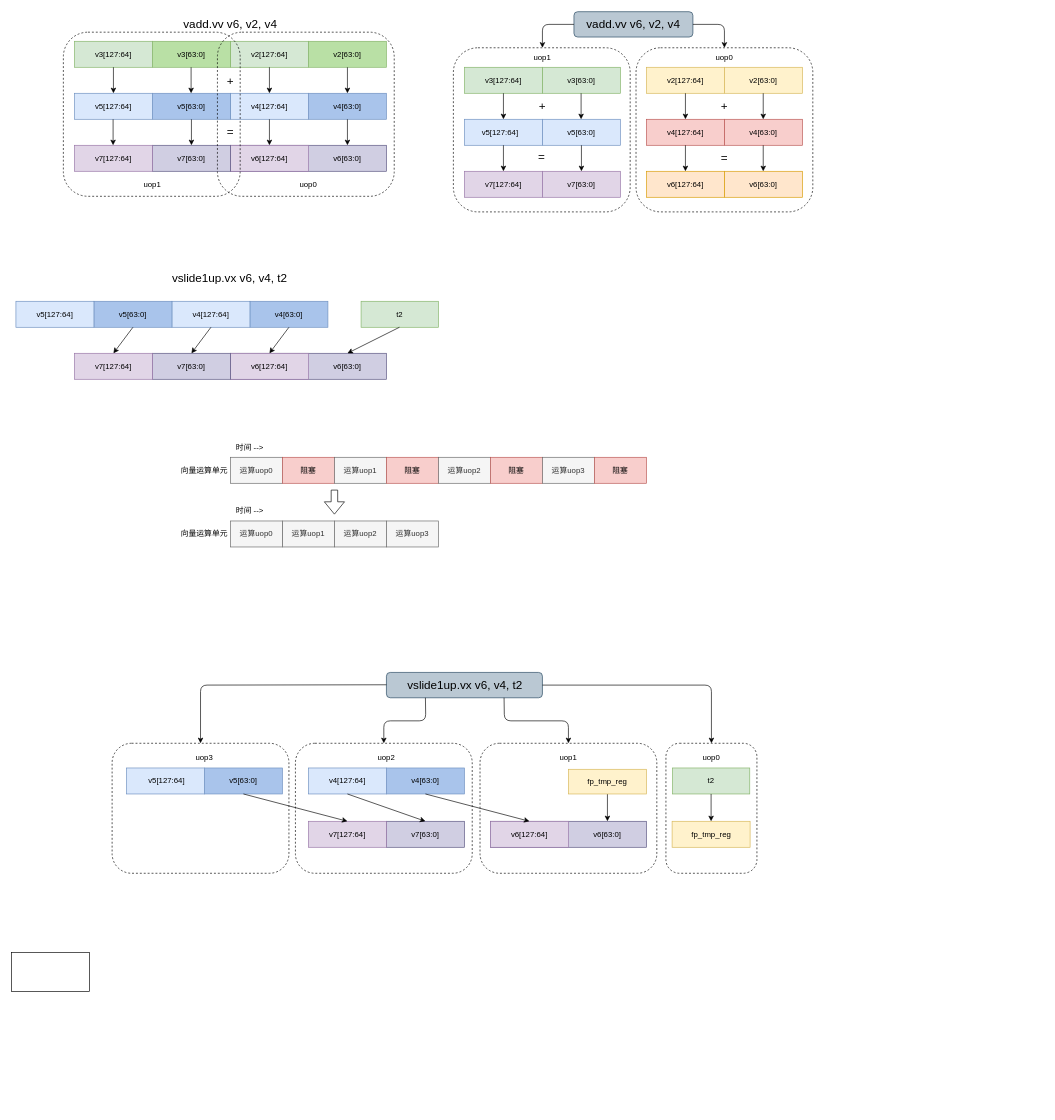
This is vector1.drawio from Ziyue-Zhang/draw_picture, a draw.io file, before an edit. Source tidied: cells renumbered, new cells numbered last; positions are measured from the earlier drawing's top-left corner, leaving out a move shared by most shapes. Both pictures are drawn from the tidied source at 65%, with x=0, y=0 at pixel (11, 11).
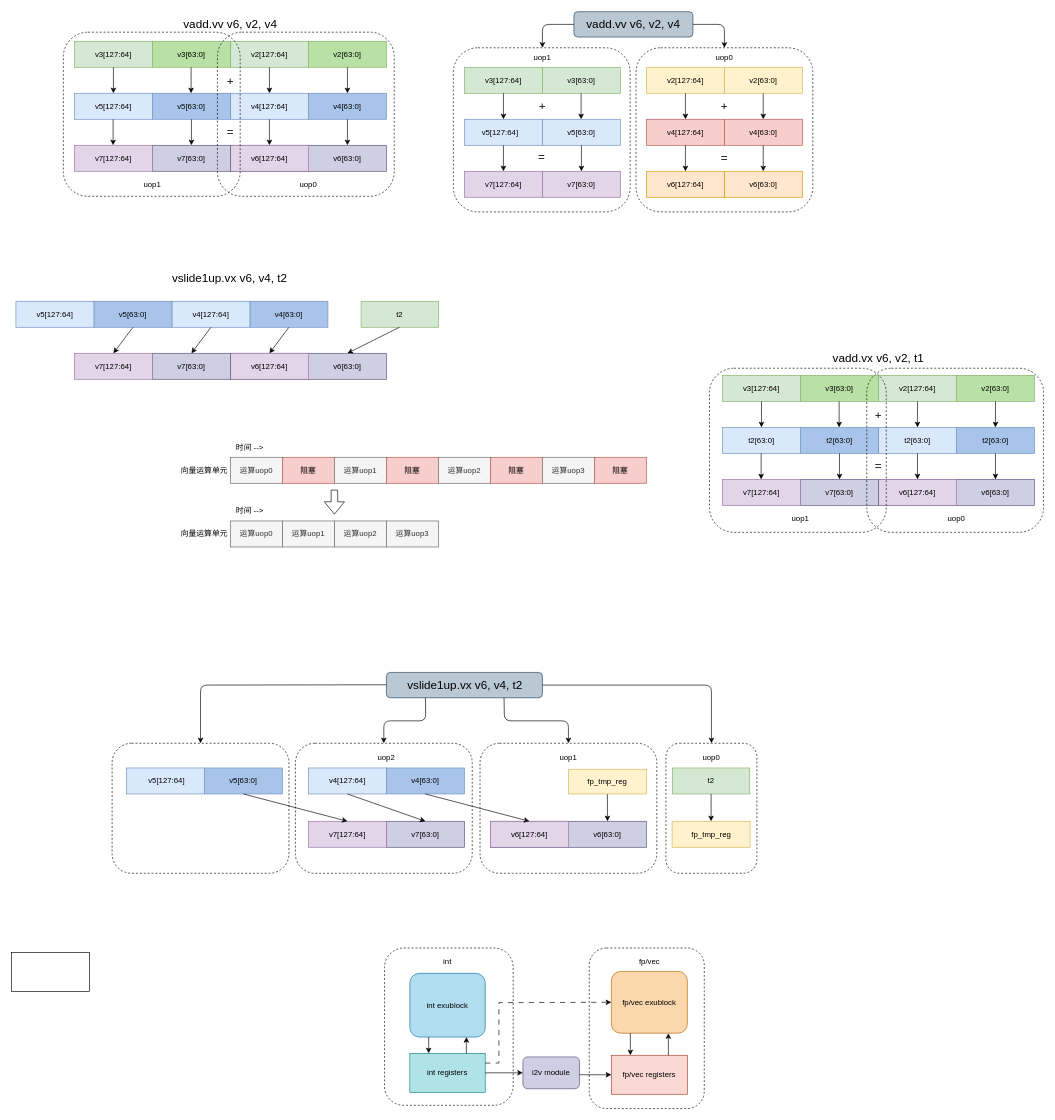
Above is the later version.

What changed in the source:
```diff
@@
+    <mxCell id="163" style="rounded=1;whiteSpace=wrap;html=1;dashed=1;" parent="1" vertex="1">
+      <mxGeometry x="889" y="1441" width="177" height="247" as="geometry" />
+    </mxCell>
+    <mxCell id="164" style="rounded=1;whiteSpace=wrap;html=1;dashed=1;" parent="1" vertex="1">
+      <mxGeometry x="574" y="1441" width="198" height="242" as="geometry" />
+    </mxCell>
@@
-    <mxCell id="151" value="uop3" style="text;html=1;strokeColor=none;fillColor=none;align=center;verticalAlign=middle;whiteSpace=wrap;rounded=0;" parent="1" vertex="1">
-      <mxGeometry x="267" y="1134" width="60" height="30" as="geometry" />
+    <mxCell id="151" value="int" style="text;html=1;strokeColor=none;fillColor=none;align=center;verticalAlign=middle;whiteSpace=wrap;rounded=0;" parent="1" vertex="1">
+      <mxGeometry x="641" y="1447" width="60" height="30" as="geometry" />
     </mxCell>
@@
+    <mxCell id="165" style="rounded=0;whiteSpace=wrap;html=1;fillColor=#B9E0A5;strokeColor=#82b366;" parent="1" vertex="1">
+      <mxGeometry x="1454" y="560" width="120" height="40" as="geometry" />
+    </mxCell>
+    <mxCell id="166" style="rounded=0;whiteSpace=wrap;html=1;fillColor=#d5e8d4;strokeColor=#82b366;" parent="1" vertex="1">
+      <mxGeometry x="1334" y="560" width="120" height="40" as="geometry" />
+    </mxCell>
+    <mxCell id="167" style="rounded=0;whiteSpace=wrap;html=1;fillColor=#B9E0A5;strokeColor=#82b366;" parent="1" vertex="1">
+      <mxGeometry x="1214" y="560" width="120" height="40" as="geometry" />
+    </mxCell>
+    <mxCell id="168" style="rounded=0;whiteSpace=wrap;html=1;fillColor=#d5e8d4;strokeColor=#82b366;" parent="1" vertex="1">
+      <mxGeometry x="1094" y="560" width="120" height="40" as="geometry" />
+    </mxCell>
+    <mxCell id="169" value="v3[127:64]" style="text;html=1;strokeColor=none;fillColor=none;align=center;verticalAlign=middle;whiteSpace=wrap;rounded=0;" parent="1" vertex="1">
+      <mxGeometry x="1124" y="565" width="60" height="30" as="geometry" />
+    </mxCell>
+    <mxCell id="170" value="v3[63:0]" style="text;html=1;strokeColor=none;fillColor=none;align=center;verticalAlign=middle;whiteSpace=wrap;rounded=0;" parent="1" vertex="1">
+      <mxGeometry x="1244" y="565" width="60" height="30" as="geometry" />
+    </mxCell>
+    <mxCell id="171" value="v2[127:64]" style="text;html=1;strokeColor=none;fillColor=none;align=center;verticalAlign=middle;whiteSpace=wrap;rounded=0;" parent="1" vertex="1">
+      <mxGeometry x="1364" y="565" width="60" height="30" as="geometry" />
+    </mxCell>
+    <mxCell id="172" value="v2[63:0]" style="text;html=1;strokeColor=none;fillColor=none;align=center;verticalAlign=middle;whiteSpace=wrap;rounded=0;" parent="1" vertex="1">
+      <mxGeometry x="1484" y="565" width="60" height="30" as="geometry" />
+    </mxCell>
+    <mxCell id="173" style="rounded=0;whiteSpace=wrap;html=1;fillColor=#A9C4EB;strokeColor=#6c8ebf;" parent="1" vertex="1">
+      <mxGeometry x="1454" y="640" width="120" height="40" as="geometry" />
+    </mxCell>
+    <mxCell id="174" style="rounded=0;whiteSpace=wrap;html=1;fillColor=#dae8fc;strokeColor=#6c8ebf;" parent="1" vertex="1">
+      <mxGeometry x="1334" y="640" width="120" height="40" as="geometry" />
+    </mxCell>
+    <mxCell id="175" style="rounded=0;whiteSpace=wrap;html=1;fillColor=#A9C4EB;strokeColor=#6c8ebf;" parent="1" vertex="1">
+      <mxGeometry x="1214" y="640" width="120" height="40" as="geometry" />
+    </mxCell>
+    <mxCell id="176" style="rounded=0;whiteSpace=wrap;html=1;fillColor=#dae8fc;strokeColor=#6c8ebf;" parent="1" vertex="1">
+      <mxGeometry x="1094" y="640" width="120" height="40" as="geometry" />
+    </mxCell>
+    <mxCell id="177" value="t2[63:0]" style="text;html=1;strokeColor=none;fillColor=none;align=center;verticalAlign=middle;whiteSpace=wrap;rounded=0;" parent="1" vertex="1">
+      <mxGeometry x="1124" y="645" width="60" height="30" as="geometry" />
+    </mxCell>
+    <mxCell id="178" value="t2[63:0]" style="text;html=1;strokeColor=none;fillColor=none;align=center;verticalAlign=middle;whiteSpace=wrap;rounded=0;" parent="1" vertex="1">
+      <mxGeometry x="1244" y="645" width="60" height="30" as="geometry" />
+    </mxCell>
+    <mxCell id="179" value="t2[63:0]" style="text;html=1;strokeColor=none;fillColor=none;align=center;verticalAlign=middle;whiteSpace=wrap;rounded=0;" parent="1" vertex="1">
+      <mxGeometry x="1364" y="645" width="60" height="30" as="geometry" />
+    </mxCell>
+    <mxCell id="180" value="t2[63:0]" style="text;html=1;strokeColor=none;fillColor=none;align=center;verticalAlign=middle;whiteSpace=wrap;rounded=0;" parent="1" vertex="1">
+      <mxGeometry x="1484" y="645" width="60" height="30" as="geometry" />
+    </mxCell>
+    <mxCell id="181" style="rounded=0;whiteSpace=wrap;html=1;fillColor=#d0cee2;strokeColor=#56517e;" parent="1" vertex="1">
+      <mxGeometry x="1334" y="720" width="240" height="40" as="geometry" />
+    </mxCell>
+    <mxCell id="182" style="rounded=0;whiteSpace=wrap;html=1;fillColor=#e1d5e7;strokeColor=#9673a6;" parent="1" vertex="1">
+      <mxGeometry x="1334" y="720" width="120" height="40" as="geometry" />
+    </mxCell>
+    <mxCell id="183" style="rounded=0;whiteSpace=wrap;html=1;fillColor=#d0cee2;strokeColor=#56517e;" parent="1" vertex="1">
+      <mxGeometry x="1214" y="720" width="120" height="40" as="geometry" />
+    </mxCell>
+    <mxCell id="184" style="rounded=0;whiteSpace=wrap;html=1;fillColor=#e1d5e7;strokeColor=#9673a6;" parent="1" vertex="1">
+      <mxGeometry x="1094" y="720" width="120" height="40" as="geometry" />
+    </mxCell>
+    <mxCell id="185" value="v7[127:64]" style="text;html=1;strokeColor=none;fillColor=none;align=center;verticalAlign=middle;whiteSpace=wrap;rounded=0;" parent="1" vertex="1">
+      <mxGeometry x="1124" y="725" width="60" height="30" as="geometry" />
+    </mxCell>
+    <mxCell id="186" value="v7[63:0]" style="text;html=1;strokeColor=none;fillColor=none;align=center;verticalAlign=middle;whiteSpace=wrap;rounded=0;" parent="1" vertex="1">
+      <mxGeometry x="1244" y="725" width="60" height="30" as="geometry" />
+    </mxCell>
+    <mxCell id="187" value="v6[127:64]" style="text;html=1;strokeColor=none;fillColor=none;align=center;verticalAlign=middle;whiteSpace=wrap;rounded=0;" parent="1" vertex="1">
+      <mxGeometry x="1364" y="725" width="60" height="30" as="geometry" />
+    </mxCell>
+    <mxCell id="188" value="v6[63:0]" style="text;html=1;strokeColor=none;fillColor=none;align=center;verticalAlign=middle;whiteSpace=wrap;rounded=0;" parent="1" vertex="1">
+      <mxGeometry x="1484" y="725" width="60" height="30" as="geometry" />
+    </mxCell>
+    <mxCell id="189" value="&lt;font style=&quot;font-size: 18px;&quot;&gt;+&lt;/font&gt;" style="text;html=1;strokeColor=none;fillColor=none;align=center;verticalAlign=middle;whiteSpace=wrap;rounded=0;" parent="1" vertex="1">
+      <mxGeometry x="1304" y="607" width="60" height="30" as="geometry" />
+    </mxCell>
+    <mxCell id="190" value="&lt;font style=&quot;font-size: 18px;&quot;&gt;=&lt;/font&gt;" style="text;html=1;strokeColor=none;fillColor=none;align=center;verticalAlign=middle;whiteSpace=wrap;rounded=0;" parent="1" vertex="1">
+      <mxGeometry x="1304" y="685" width="60" height="30" as="geometry" />
+    </mxCell>
+    <mxCell id="191" value="&lt;font style=&quot;font-size: 18px;&quot;&gt;vadd.vx v6, v2, t1&lt;/font&gt;" style="text;html=1;strokeColor=none;fillColor=none;align=center;verticalAlign=middle;whiteSpace=wrap;rounded=0;" parent="1" vertex="1">
+      <mxGeometry x="1244" y="519" width="180" height="30" as="geometry" />
+    </mxCell>
+    <mxCell id="192" style="endArrow=classic;html=1;rounded=0;exitX=0.5;exitY=1;exitDx=0;exitDy=0;" parent="1" edge="1" source="168">
+      <mxGeometry relative="1" as="geometry">
+        <mxPoint x="1154" y="640" as="targetPoint" />
+      </mxGeometry>
+    </mxCell>
+    <mxCell id="193" style="endArrow=classic;html=1;rounded=0;exitX=0.5;exitY=1;exitDx=0;exitDy=0;" parent="1" edge="1">
+      <mxGeometry relative="1" as="geometry">
+        <mxPoint x="1153.5" y="680" as="sourcePoint" />
+        <mxPoint x="1153.5" y="720" as="targetPoint" />
+      </mxGeometry>
+    </mxCell>
+    <mxCell id="194" style="endArrow=classic;html=1;rounded=0;exitX=0.5;exitY=1;exitDx=0;exitDy=0;" parent="1" edge="1">
+      <mxGeometry relative="1" as="geometry">
+        <mxPoint x="1273.5" y="600" as="sourcePoint" />
+        <mxPoint x="1273.5" y="640" as="targetPoint" />
+      </mxGeometry>
+    </mxCell>
+    <mxCell id="195" style="endArrow=classic;html=1;rounded=0;exitX=0.5;exitY=1;exitDx=0;exitDy=0;entryX=0.5;entryY=0;entryDx=0;entryDy=0;" parent="1" edge="1" source="175" target="183">
+      <mxGeometry relative="1" as="geometry" />
+    </mxCell>
+    <mxCell id="196" style="endArrow=classic;html=1;rounded=0;exitX=0.5;exitY=1;exitDx=0;exitDy=0;entryX=0.5;entryY=0;entryDx=0;entryDy=0;" parent="1" edge="1" source="166" target="174">
+      <mxGeometry relative="1" as="geometry" />
+    </mxCell>
+    <mxCell id="197" style="endArrow=classic;html=1;rounded=0;exitX=0.5;exitY=1;exitDx=0;exitDy=0;entryX=0.5;entryY=0;entryDx=0;entryDy=0;" parent="1" edge="1" source="165" target="173">
+      <mxGeometry relative="1" as="geometry" />
+    </mxCell>
+    <mxCell id="198" style="endArrow=classic;html=1;rounded=0;exitX=0.5;exitY=1;exitDx=0;exitDy=0;entryX=0.5;entryY=0;entryDx=0;entryDy=0;" parent="1" edge="1" source="174" target="182">
+      <mxGeometry relative="1" as="geometry" />
+    </mxCell>
+    <mxCell id="199" style="endArrow=classic;html=1;rounded=0;exitX=0.5;exitY=1;exitDx=0;exitDy=0;entryX=0.75;entryY=0;entryDx=0;entryDy=0;" parent="1" edge="1" source="173" target="181">
+      <mxGeometry relative="1" as="geometry" />
+    </mxCell>
+    <mxCell id="200" style="rounded=1;whiteSpace=wrap;html=1;dashed=1;textOpacity=0;fillColor=none;" parent="1" vertex="1">
+      <mxGeometry x="1074" y="549" width="272" height="252.5" as="geometry" />
+    </mxCell>
+    <mxCell id="201" style="rounded=1;whiteSpace=wrap;html=1;dashed=1;fillColor=none;" parent="1" vertex="1">
+      <mxGeometry x="1316" y="549" width="272" height="252.5" as="geometry" />
+    </mxCell>
+    <mxCell id="202" value="uop1" style="text;html=1;strokeColor=none;fillColor=none;align=center;verticalAlign=middle;whiteSpace=wrap;rounded=0;" parent="1" vertex="1">
+      <mxGeometry x="1184" y="765" width="60" height="30" as="geometry" />
+    </mxCell>
+    <mxCell id="203" value="uop0" style="text;html=1;strokeColor=none;fillColor=none;align=center;verticalAlign=middle;whiteSpace=wrap;rounded=0;" parent="1" vertex="1">
+      <mxGeometry x="1424" y="765" width="60" height="30" as="geometry" />
+    </mxCell>
+    <mxCell id="204" value="int registers" style="rounded=0;whiteSpace=wrap;html=1;fillColor=#b0e3e6;strokeColor=#0e8088;" parent="1" vertex="1">
+      <mxGeometry x="613" y="1603" width="116" height="60" as="geometry" />
+    </mxCell>
+    <mxCell id="205" value="fp/vec registers" style="rounded=0;whiteSpace=wrap;html=1;fillColor=#fad9d5;strokeColor=#ae4132;" parent="1" vertex="1">
+      <mxGeometry x="923" y="1606" width="117" height="60" as="geometry" />
+    </mxCell>
+    <mxCell id="206" value="i2v module" style="rounded=1;whiteSpace=wrap;html=1;fillColor=#d0cee2;strokeColor=#56517e;" parent="1" vertex="1">
+      <mxGeometry x="787" y="1608.5" width="87" height="49" as="geometry" />
+    </mxCell>
+    <mxCell id="207" value="int exublock" style="rounded=1;whiteSpace=wrap;html=1;fillColor=#b1ddf0;strokeColor=#10739e;" parent="1" vertex="1">
+      <mxGeometry x="613" y="1480" width="116" height="98" as="geometry" />
+    </mxCell>
+    <mxCell id="208" value="fp/vec exublock" style="rounded=1;whiteSpace=wrap;html=1;fillColor=#fad7ac;strokeColor=#b46504;" parent="1" vertex="1">
+      <mxGeometry x="923" y="1477" width="117" height="95" as="geometry" />
+    </mxCell>
+    <mxCell id="209" style="endArrow=classic;html=1;rounded=0;exitX=1;exitY=0.5;exitDx=0;exitDy=0;entryX=0;entryY=0.5;entryDx=0;entryDy=0;" parent="1" edge="1" source="204" target="206">
+      <mxGeometry relative="1" as="geometry" />
+    </mxCell>
+    <mxCell id="210" style="endArrow=classic;html=1;rounded=0;exitX=1;exitY=0.5;exitDx=0;exitDy=0;entryX=0;entryY=0.5;entryDx=0;entryDy=0;" parent="1" edge="1" target="205">
+      <mxGeometry relative="1" as="geometry">
+        <mxPoint x="874" y="1636" as="sourcePoint" />
+      </mxGeometry>
+    </mxCell>
+    <mxCell id="211" style="endArrow=classic;html=1;rounded=0;exitX=0.25;exitY=1;exitDx=0;exitDy=0;entryX=0.25;entryY=0;entryDx=0;entryDy=0;" parent="1" edge="1" source="207" target="204">
+      <mxGeometry relative="1" as="geometry" />
+    </mxCell>
+    <mxCell id="212" style="endArrow=classic;html=1;rounded=0;exitX=0.75;exitY=0;exitDx=0;exitDy=0;entryX=0.75;entryY=1;entryDx=0;entryDy=0;" parent="1" edge="1" source="204" target="207">
+      <mxGeometry relative="1" as="geometry" />
+    </mxCell>
+    <mxCell id="213" style="endArrow=classic;html=1;rounded=0;exitX=0.25;exitY=1;exitDx=0;exitDy=0;entryX=0.25;entryY=0;entryDx=0;entryDy=0;" parent="1" edge="1" source="208" target="205">
+      <mxGeometry relative="1" as="geometry" />
+    </mxCell>
+    <mxCell id="214" style="endArrow=classic;html=1;rounded=0;exitX=0.75;exitY=0;exitDx=0;exitDy=0;entryX=0.75;entryY=1;entryDx=0;entryDy=0;" parent="1" edge="1" source="205" target="208">
+      <mxGeometry relative="1" as="geometry" />
+    </mxCell>
+    <mxCell id="215" style="endArrow=classic;html=1;rounded=0;exitX=1;exitY=0.25;exitDx=0;exitDy=0;entryX=0;entryY=0.5;entryDx=0;entryDy=0;dashed=1;dashPattern=8 8;" parent="1" edge="1" source="204" target="208">
+      <mxGeometry relative="1" as="geometry">
+        <Array as="points">
+          <mxPoint x="750" y="1618" />
+          <mxPoint x="750" y="1525" />
+        </Array>
+      </mxGeometry>
+    </mxCell>
+    <mxCell id="216" value="fp/vec" style="text;html=1;strokeColor=none;fillColor=none;align=center;verticalAlign=middle;whiteSpace=wrap;rounded=0;" parent="1" vertex="1">
+      <mxGeometry x="951.5" y="1447" width="60" height="30" as="geometry" />
+    </mxCell>
```
